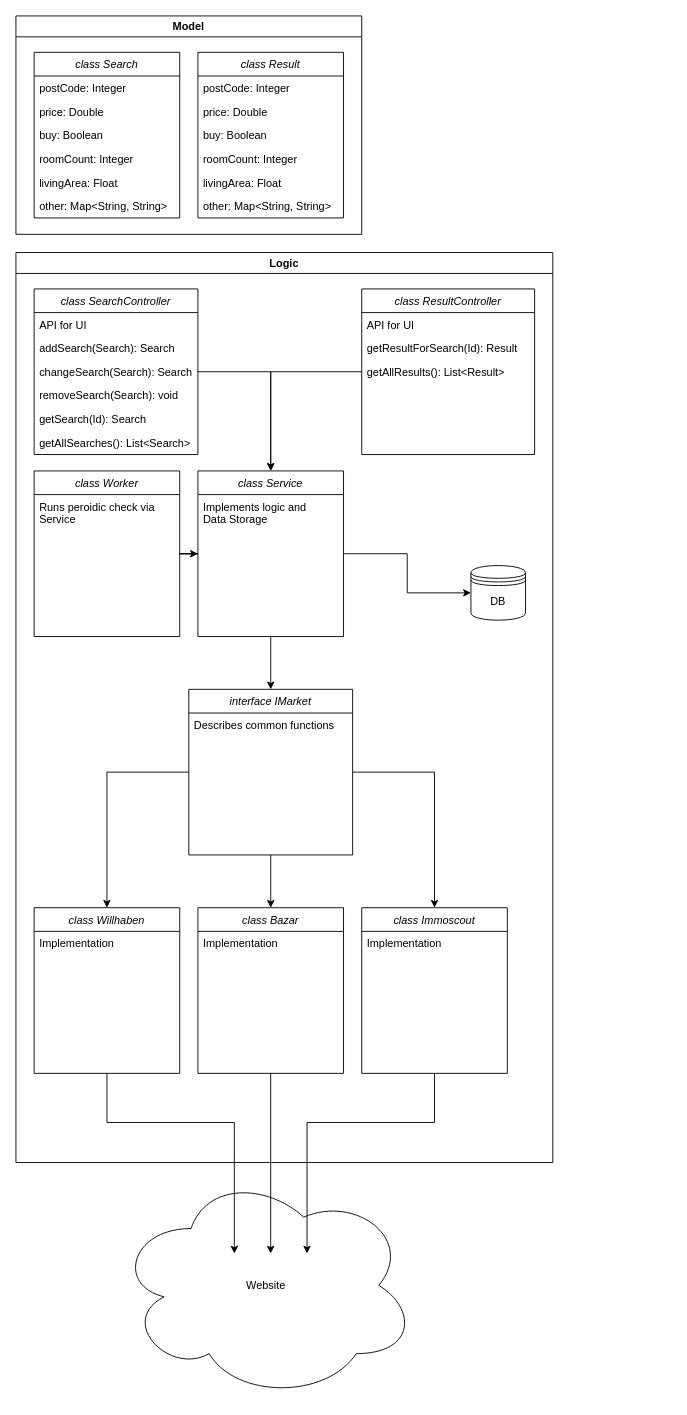
Before: WillBot.drawio in dscham/WillBot, a draw.io diagram. Source tidied: cells renumbered, new cells numbered last; positions are measured from the earlier drawing's top-left corner, leaving out a move shared by most shapes. Both pictures are drawn from the tidied source at 91%, with x=0, y=0 at pixel (15, 15).
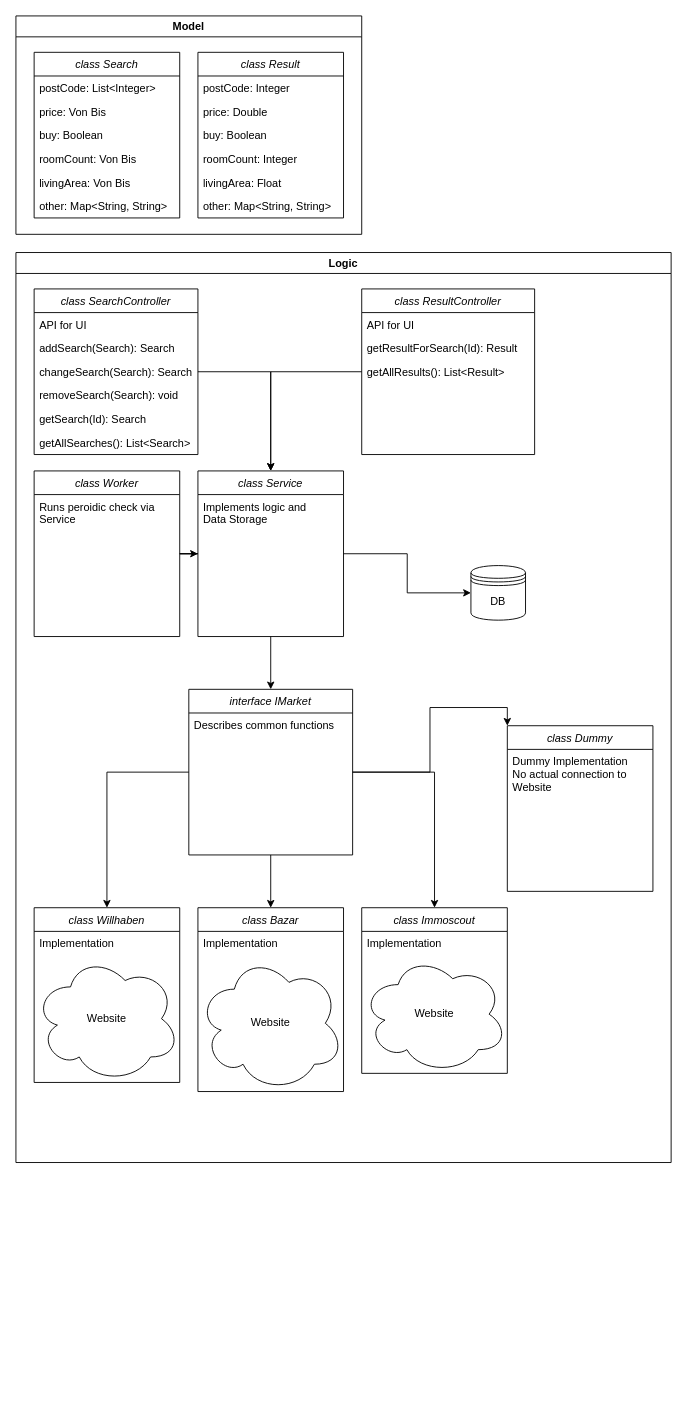
The same page after the edit.

Unchanged cells that the change refers to:
```xml
<mxCell id="3" value="class Search" style="swimlane;fontStyle=2;align=center;verticalAlign=top;horizontal=1;startSize=26;rounded=0;shadow=0;strokeWidth=1;" parent="2" vertex="1">
  <mxGeometry x="20" y="40" width="160" height="182" as="geometry" />
</mxCell>
<mxCell id="36" value="interface IMarket" style="swimlane;fontStyle=2;align=center;verticalAlign=top;horizontal=1;startSize=26;rounded=0;shadow=0;strokeWidth=1;" parent="17" vertex="1">
  <mxGeometry x="190" y="480" width="180" height="182" as="geometry" />
</mxCell>
<mxCell id="42" value="class Immoscout" style="swimlane;fontStyle=2;align=center;verticalAlign=top;horizontal=1;startSize=26;rounded=0;shadow=0;strokeWidth=1;" parent="17" vertex="1">
  <mxGeometry x="380" y="720" width="160" height="182" as="geometry" />
</mxCell>
```

Diff of the diagram source:
```diff
@@
-    <mxCell id="4" value="postCode: Integer" style="text;align=left;verticalAlign=top;spacingLeft=4;spacingRight=4;overflow=hidden;" parent="3" vertex="1">
+    <mxCell id="4" value="postCode: List&lt;Integer&gt;" style="text;align=left;verticalAlign=top;spacingLeft=4;spacingRight=4;overflow=hidden;" parent="3" vertex="1">
       <mxGeometry y="26" width="160" height="26" as="geometry" />
     </mxCell>
-    <mxCell id="5" value="price: Double" style="text;align=left;verticalAlign=top;spacingLeft=4;spacingRight=4;overflow=hidden;rounded=0;shadow=0;html=0;" parent="3" vertex="1">
+    <mxCell id="5" value="price: Von Bis" style="text;align=left;verticalAlign=top;spacingLeft=4;spacingRight=4;overflow=hidden;rounded=0;shadow=0;html=0;" parent="3" vertex="1">
       <mxGeometry y="52" width="160" height="26" as="geometry" />
     </mxCell>
@@
-    <mxCell id="7" value="roomCount: Integer" style="text;align=left;verticalAlign=top;spacingLeft=4;spacingRight=4;overflow=hidden;rounded=0;shadow=0;html=0;" parent="3" vertex="1">
+    <mxCell id="7" value="roomCount: Von Bis" style="text;align=left;verticalAlign=top;spacingLeft=4;spacingRight=4;overflow=hidden;rounded=0;shadow=0;html=0;" parent="3" vertex="1">
       <mxGeometry y="104" width="160" height="26" as="geometry" />
     </mxCell>
-    <mxCell id="8" value="livingArea: Float" style="text;align=left;verticalAlign=top;spacingLeft=4;spacingRight=4;overflow=hidden;rounded=0;shadow=0;html=0;" parent="3" vertex="1">
+    <mxCell id="8" value="livingArea: Von Bis" style="text;align=left;verticalAlign=top;spacingLeft=4;spacingRight=4;overflow=hidden;rounded=0;shadow=0;html=0;" parent="3" vertex="1">
       <mxGeometry y="130" width="160" height="26" as="geometry" />
     </mxCell>
@@
     <mxCell id="17" value="Logic" style="swimlane;" parent="1" vertex="1">
-      <mxGeometry y="260" width="590" height="1000" as="geometry" />
+      <mxGeometry y="260" width="720" height="1000" as="geometry" />
     </mxCell>
@@
+    <mxCell id="54" style="edgeStyle=orthogonalEdgeStyle;rounded=0;jettySize=auto;html=1;entryX=0;entryY=0;entryDx=0;entryDy=0;" parent="17" edge="1" source="36" target="57">
+      <mxGeometry relative="1" as="geometry" />
+    </mxCell>
@@
     <mxCell id="38" value="class Willhaben" style="swimlane;fontStyle=2;align=center;verticalAlign=top;horizontal=1;startSize=26;rounded=0;shadow=0;strokeWidth=1;" parent="17" vertex="1">
-      <mxGeometry x="20" y="720" width="160" height="182" as="geometry" />
+      <mxGeometry x="20" y="720" width="160" height="192" as="geometry" />
     </mxCell>
@@
+    <mxCell id="55" value="Website" style="ellipse;shape=cloud;whiteSpace=wrap;html=1;" parent="38" vertex="1">
+      <mxGeometry y="52" width="160" height="140" as="geometry" />
+    </mxCell>
     <mxCell id="40" value="class Bazar" style="swimlane;fontStyle=2;align=center;verticalAlign=top;horizontal=1;startSize=26;rounded=0;shadow=0;strokeWidth=1;" parent="17" vertex="1">
-      <mxGeometry x="200" y="720" width="160" height="182" as="geometry" />
+      <mxGeometry x="200" y="720" width="160" height="202" as="geometry" />
     </mxCell>
@@
+    <mxCell id="50" value="Website" style="ellipse;shape=cloud;whiteSpace=wrap;html=1;" parent="40" vertex="1">
+      <mxGeometry y="52" width="160" height="150" as="geometry" />
+    </mxCell>
@@
+    <mxCell id="56" value="Website" style="ellipse;shape=cloud;whiteSpace=wrap;html=1;" parent="42" vertex="1">
+      <mxGeometry y="52" width="160" height="130" as="geometry" />
+    </mxCell>
@@
-    <mxCell id="50" value="Website" style="ellipse;shape=cloud;whiteSpace=wrap;html=1;" parent="1" vertex="1">
-      <mxGeometry x="110" y="1270" width="330" height="250" as="geometry" />
-    </mxCell>
-    <mxCell id="51" style="edgeStyle=orthogonalEdgeStyle;rounded=0;jettySize=auto;html=1;entryX=0.394;entryY=0.36;entryDx=0;entryDy=0;entryPerimeter=0;" parent="1" edge="1" source="38" target="50">
-      <mxGeometry relative="1" as="geometry" />
-    </mxCell>
-    <mxCell id="52" style="edgeStyle=orthogonalEdgeStyle;rounded=0;jettySize=auto;html=1;entryX=0.515;entryY=0.36;entryDx=0;entryDy=0;entryPerimeter=0;" parent="1" edge="1" source="40" target="50">
-      <mxGeometry relative="1" as="geometry" />
-    </mxCell>
-    <mxCell id="53" style="edgeStyle=orthogonalEdgeStyle;rounded=0;jettySize=auto;html=1;entryX=0.636;entryY=0.36;entryDx=0;entryDy=0;entryPerimeter=0;" parent="1" edge="1" source="42" target="50">
-      <mxGeometry relative="1" as="geometry" />
-    </mxCell>
+    <mxCell id="57" value="class Dummy" style="swimlane;fontStyle=2;align=center;verticalAlign=top;horizontal=1;startSize=26;rounded=0;shadow=0;strokeWidth=1;" parent="17" vertex="1">
+      <mxGeometry x="540" y="520" width="160" height="182" as="geometry" />
+    </mxCell>
+    <mxCell id="58" value="Dummy Implementation&#10;No actual connection to &#10;Website" style="text;align=left;verticalAlign=top;spacingLeft=4;spacingRight=4;overflow=hidden;" parent="57" vertex="1">
+      <mxGeometry y="26" width="160" height="54" as="geometry" />
+    </mxCell>
```
